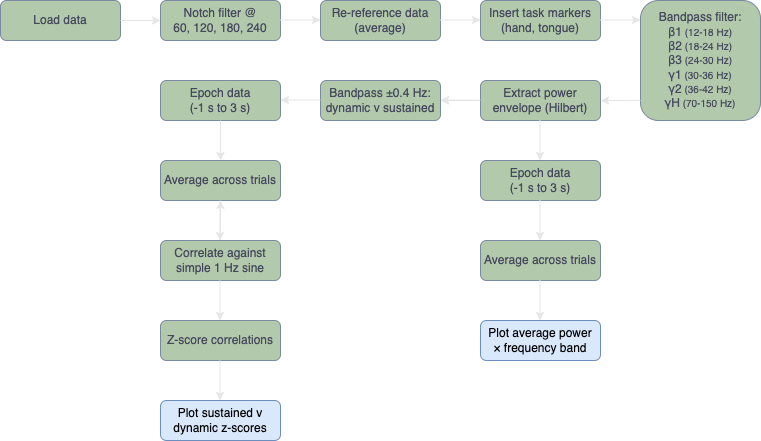
Above: analysis_steps.png in jessb0t/motorImagery (draw.io), before the change. Source tidied: cells renumbered, new cells last; positions are measured from the earlier drawing's top-left corner, leaving out a move shared by most shapes.
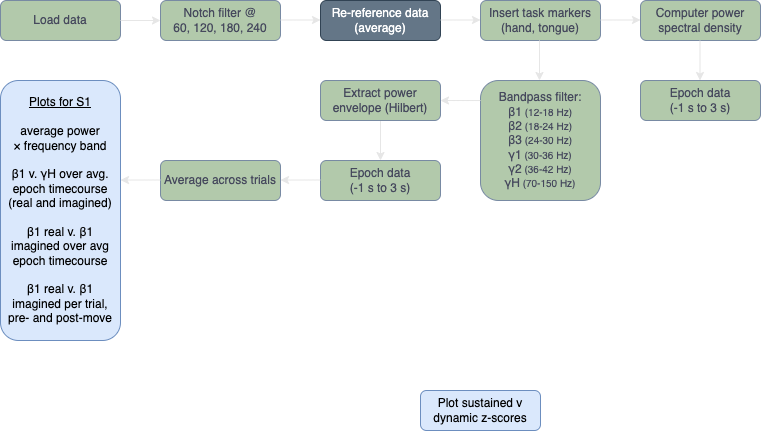
After the change.

Change to the diagram source:
```diff
@@ -8,51 +8,39 @@
     <mxCell id="3" value="Notch filter @&lt;br&gt;60, 120, 180, 240" style="rounded=1;whiteSpace=wrap;html=1;fontSize=12;glass=0;strokeWidth=1;shadow=0;fillColor=#B2C9AB;strokeColor=#788AA3;fontColor=#46495D;" parent="1" vertex="1">
       <mxGeometry x="160" width="120" height="40" as="geometry" />
     </mxCell>
-    <mxCell id="4" value="Re-reference data (average)" style="rounded=1;whiteSpace=wrap;html=1;fontSize=12;glass=0;strokeWidth=1;shadow=0;fillColor=#B2C9AB;strokeColor=#788AA3;fontColor=#46495D;" parent="1" vertex="1">
+    <mxCell id="4" value="Re-reference data (average)" style="rounded=1;whiteSpace=wrap;html=1;fontSize=12;glass=0;strokeWidth=1;shadow=0;fillColor=#647687;strokeColor=#314354;fontColor=#ffffff;" parent="1" vertex="1">
       <mxGeometry x="320" width="120" height="40" as="geometry" />
     </mxCell>
     <mxCell id="5" value="Insert task markers&lt;br&gt;(hand, tongue)" style="rounded=1;whiteSpace=wrap;html=1;fontSize=12;glass=0;strokeWidth=1;shadow=0;fillColor=#B2C9AB;strokeColor=#788AA3;fontColor=#46495D;" parent="1" vertex="1">
       <mxGeometry x="480" width="120" height="40" as="geometry" />
     </mxCell>
     <mxCell id="6" value="Bandpass filter:&lt;br&gt;β1&lt;font style=&quot;font-size: 10px&quot;&gt; (12-18 Hz)&lt;/font&gt;&lt;br&gt;β2&lt;font style=&quot;font-size: 10px&quot;&gt; (18-24 Hz)&lt;/font&gt;&lt;br&gt;β3&lt;font style=&quot;font-size: 10px&quot;&gt; (24-30 Hz)&lt;/font&gt;&lt;br&gt;γ1&lt;font style=&quot;font-size: 10px&quot;&gt; (30-36 Hz)&lt;/font&gt;&lt;br&gt;γ2&lt;font style=&quot;font-size: 10px&quot;&gt; (36-42 Hz)&lt;/font&gt;&lt;br&gt;γH&lt;font style=&quot;font-size: 10px&quot;&gt; (70-150 Hz)&lt;/font&gt;" style="rounded=1;whiteSpace=wrap;html=1;fontSize=12;glass=0;strokeWidth=1;shadow=0;fillColor=#B2C9AB;strokeColor=#788AA3;fontColor=#46495D;" parent="1" vertex="1">
-      <mxGeometry x="640" width="120" height="120" as="geometry" />
+      <mxGeometry x="480" y="80" width="120" height="120" as="geometry" />
     </mxCell>
     <mxCell id="7" style="edgeStyle=orthogonalEdgeStyle;curved=0;rounded=1;sketch=0;jettySize=auto;html=1;fontColor=#46495D;strokeColor=#E6E6E6;fillColor=#B2C9AB;" parent="1" edge="1" source="8" target="9">
       <mxGeometry relative="1" as="geometry" />
     </mxCell>
     <mxCell id="8" value="Extract power envelope (Hilbert)" style="rounded=1;whiteSpace=wrap;html=1;fontSize=12;glass=0;strokeWidth=1;shadow=0;fillColor=#B2C9AB;strokeColor=#788AA3;fontColor=#46495D;" parent="1" vertex="1">
-      <mxGeometry x="480" y="80" width="120" height="40" as="geometry" />
+      <mxGeometry x="320" y="80" width="120" height="40" as="geometry" />
     </mxCell>
-    <mxCell id="9" value="Bandpass ±0.4 Hz:&lt;br&gt;dynamic v sustained" style="rounded=1;whiteSpace=wrap;html=1;fontSize=12;glass=0;strokeWidth=1;shadow=0;fillColor=#B2C9AB;strokeColor=#788AA3;fontColor=#46495D;" parent="1" vertex="1">
-      <mxGeometry x="320" y="80" width="120" height="40" as="geometry" />
+    <mxCell id="9" value="Epoch data&lt;br&gt;(-1 s to 3 s)" style="rounded=1;whiteSpace=wrap;html=1;fontSize=12;glass=0;strokeWidth=1;shadow=0;fillColor=#B2C9AB;strokeColor=#788AA3;fontColor=#46495D;" parent="1" vertex="1">
+      <mxGeometry x="320" y="160" width="120" height="40" as="geometry" />
     </mxCell>
-    <mxCell id="10" value="Epoch data&lt;br&gt;(-1 s to 3 s)" style="rounded=1;whiteSpace=wrap;html=1;fontSize=12;glass=0;strokeWidth=1;shadow=0;fillColor=#B2C9AB;strokeColor=#788AA3;fontColor=#46495D;" parent="1" vertex="1">
-      <mxGeometry x="160" y="80" width="120" height="40" as="geometry" />
+    <mxCell id="10" value="Average across trials" style="rounded=1;whiteSpace=wrap;html=1;fontSize=12;glass=0;strokeWidth=1;shadow=0;fillColor=#B2C9AB;strokeColor=#788AA3;fontColor=#46495D;" parent="1" vertex="1">
+      <mxGeometry x="160" y="160" width="120" height="40" as="geometry" />
     </mxCell>
-    <mxCell id="11" value="Plot average power&lt;br&gt;×&amp;nbsp;frequency band" style="rounded=1;whiteSpace=wrap;html=1;fontSize=12;glass=0;strokeWidth=1;shadow=0;fillColor=#dae8fc;strokeColor=#6c8ebf;" parent="1" vertex="1">
-      <mxGeometry x="480" y="320" width="120" height="40" as="geometry" />
+    <mxCell id="11" value="&lt;u&gt;Plots for S1&lt;/u&gt;&lt;br&gt;&lt;br&gt;&lt;span style=&quot;text-align: left&quot;&gt;average power ×&amp;nbsp;frequency band&lt;/span&gt;&lt;br&gt;&lt;span style=&quot;text-align: left&quot;&gt;&lt;br&gt;β1 v.&amp;nbsp;γH over avg. epoch timecourse (real and imagined)&lt;br&gt;&lt;br&gt;&lt;/span&gt;&lt;span style=&quot;text-align: left&quot;&gt;β1 real v.&amp;nbsp;&lt;/span&gt;&lt;span style=&quot;text-align: left&quot;&gt;β1 imagined over avg epoch timecourse&lt;br&gt;&lt;/span&gt;&lt;span style=&quot;text-align: left&quot;&gt;&lt;br&gt;&lt;/span&gt;&lt;span style=&quot;text-align: left&quot;&gt;β1 real v.&amp;nbsp;&lt;/span&gt;&lt;span style=&quot;text-align: left&quot;&gt;β1 imagined per trial, pre- and post-move&lt;/span&gt;&lt;span style=&quot;text-align: left&quot;&gt;&lt;br&gt;&lt;/span&gt;" style="rounded=1;whiteSpace=wrap;html=1;fontSize=12;glass=0;strokeWidth=1;shadow=0;fillColor=#dae8fc;strokeColor=#6c8ebf;" parent="1" vertex="1">
+      <mxGeometry y="80" width="120" height="260" as="geometry" />
     </mxCell>
     <mxCell id="12" value="Epoch data&lt;br&gt;(-1 s to 3 s)" style="rounded=1;whiteSpace=wrap;html=1;fontSize=12;glass=0;strokeWidth=1;shadow=0;fillColor=#B2C9AB;strokeColor=#788AA3;fontColor=#46495D;" parent="1" vertex="1">
-      <mxGeometry x="480" y="160" width="120" height="40" as="geometry" />
+      <mxGeometry x="640" y="80" width="120" height="40" as="geometry" />
     </mxCell>
-    <mxCell id="13" value="Average across trials" style="rounded=1;whiteSpace=wrap;html=1;fontSize=12;glass=0;strokeWidth=1;shadow=0;fillColor=#B2C9AB;strokeColor=#788AA3;fontColor=#46495D;" parent="1" vertex="1">
-      <mxGeometry x="480" y="240" width="120" height="40" as="geometry" />
+    <mxCell id="13" value="Computer power spectral density" style="rounded=1;whiteSpace=wrap;html=1;fontSize=12;glass=0;strokeWidth=1;shadow=0;fillColor=#B2C9AB;strokeColor=#788AA3;fontColor=#46495D;" parent="1" vertex="1">
+      <mxGeometry x="640" width="120" height="40" as="geometry" />
     </mxCell>
     <mxCell id="14" value="Plot sustained v dynamic z-scores" style="rounded=1;whiteSpace=wrap;html=1;fontSize=12;glass=0;strokeWidth=1;shadow=0;fillColor=#dae8fc;strokeColor=#6c8ebf;" parent="1" vertex="1">
-      <mxGeometry x="160" y="400" width="120" height="40" as="geometry" />
+      <mxGeometry x="420" y="390" width="120" height="40" as="geometry" />
     </mxCell>
-    <mxCell id="15" style="edgeStyle=orthogonalEdgeStyle;curved=0;rounded=1;sketch=0;jettySize=auto;html=1;fontColor=#46495D;strokeColor=#E6E6E6;fillColor=#B2C9AB;" parent="1" edge="1" source="16" target="18">
-      <mxGeometry relative="1" as="geometry" />
-    </mxCell>
-    <mxCell id="16" value="Correlate against simple 1 Hz sine" style="rounded=1;whiteSpace=wrap;html=1;fontSize=12;glass=0;strokeWidth=1;shadow=0;fillColor=#B2C9AB;strokeColor=#788AA3;fontColor=#46495D;" parent="1" vertex="1">
-      <mxGeometry x="160" y="240" width="120" height="40" as="geometry" />
-    </mxCell>
-    <mxCell id="17" value="Z-score correlations" style="rounded=1;whiteSpace=wrap;html=1;fontSize=12;glass=0;strokeWidth=1;shadow=0;fillColor=#B2C9AB;strokeColor=#788AA3;fontColor=#46495D;" parent="1" vertex="1">
-      <mxGeometry x="160" y="320" width="120" height="40" as="geometry" />
-    </mxCell>
-    <mxCell id="18" value="Average across trials" style="rounded=1;whiteSpace=wrap;html=1;fontSize=12;glass=0;strokeWidth=1;shadow=0;fillColor=#B2C9AB;strokeColor=#788AA3;fontColor=#46495D;" parent="1" vertex="1">
-      <mxGeometry x="160" y="160" width="120" height="40" as="geometry" />
-    </mxCell>
     <mxCell id="19" style="endArrow=classic;html=1;fontColor=#46495D;strokeColor=#E6E6E6;fillColor=#B2C9AB;exitX=1;exitY=0.5;exitDx=0;exitDy=0;entryX=0;entryY=0.5;entryDx=0;entryDy=0;" parent="1" edge="1" source="2" target="3">
       <mxGeometry relative="1" as="geometry" />
     </mxCell>
@@ -74,59 +62,32 @@
         <mxPoint x="640" y="19.5" as="targetPoint" />
       </mxGeometry>
     </mxCell>
-    <mxCell id="23" style="endArrow=classic;html=1;fontColor=#46495D;strokeColor=#E6E6E6;fillColor=#B2C9AB;exitX=0;exitY=0.833;exitDx=0;exitDy=0;entryX=1;entryY=0.5;entryDx=0;entryDy=0;exitPerimeter=0;" parent="1" edge="1" source="6" target="8">
+    <mxCell id="23" style="endArrow=classic;html=1;fontColor=#46495D;strokeColor=#E6E6E6;fillColor=#B2C9AB;exitX=0;exitY=0.167;exitDx=0;exitDy=0;entryX=1;entryY=0.5;entryDx=0;entryDy=0;exitPerimeter=0;" parent="1" edge="1" source="6" target="8">
       <mxGeometry relative="1" as="geometry" />
     </mxCell>
-    <mxCell id="24" style="endArrow=classic;html=1;fontColor=#46495D;strokeColor=#E6E6E6;fillColor=#B2C9AB;exitX=0;exitY=0.833;exitDx=0;exitDy=0;entryX=1;entryY=0.5;entryDx=0;entryDy=0;exitPerimeter=0;" parent="1" edge="1">
-      <mxGeometry relative="1" as="geometry">
-        <mxPoint x="480" y="99.5" as="sourcePoint" />
-        <mxPoint x="440" y="99.5" as="targetPoint" />
-      </mxGeometry>
-    </mxCell>
     <mxCell id="25" style="endArrow=classic;html=1;fontColor=#46495D;strokeColor=#E6E6E6;fillColor=#B2C9AB;exitX=0;exitY=0.833;exitDx=0;exitDy=0;entryX=1;entryY=0.5;entryDx=0;entryDy=0;exitPerimeter=0;" parent="1" edge="1">
       <mxGeometry relative="1" as="geometry">
-        <mxPoint x="320" y="99.5" as="sourcePoint" />
-        <mxPoint x="280" y="99.5" as="targetPoint" />
+        <mxPoint x="320" y="179.5" as="sourcePoint" />
+        <mxPoint x="280" y="179.5" as="targetPoint" />
       </mxGeometry>
     </mxCell>
-    <mxCell id="26" style="endArrow=classic;html=1;fontColor=#46495D;strokeColor=#E6E6E6;fillColor=#B2C9AB;entryX=0.5;entryY=0;entryDx=0;entryDy=0;exitX=0.5;exitY=1;exitDx=0;exitDy=0;" parent="1" edge="1" source="10" target="18">
-      <mxGeometry relative="1" as="geometry" />
-    </mxCell>
-    <mxCell id="27" style="endArrow=classic;html=1;fontColor=#46495D;strokeColor=#E6E6E6;fillColor=#B2C9AB;entryX=0.5;entryY=0;entryDx=0;entryDy=0;exitX=0.5;exitY=1;exitDx=0;exitDy=0;" parent="1" edge="1">
-      <mxGeometry relative="1" as="geometry">
-        <mxPoint x="219.5" y="200" as="sourcePoint" />
-        <mxPoint x="219.5" y="240" as="targetPoint" />
-      </mxGeometry>
-    </mxCell>
-    <mxCell id="28" style="endArrow=classic;html=1;fontColor=#46495D;strokeColor=#E6E6E6;fillColor=#B2C9AB;entryX=0.5;entryY=0;entryDx=0;entryDy=0;exitX=0.5;exitY=1;exitDx=0;exitDy=0;" parent="1" edge="1">
-      <mxGeometry relative="1" as="geometry">
-        <mxPoint x="219.5" y="280" as="sourcePoint" />
-        <mxPoint x="219.5" y="320" as="targetPoint" />
-      </mxGeometry>
-    </mxCell>
-    <mxCell id="29" style="endArrow=classic;html=1;fontColor=#46495D;strokeColor=#E6E6E6;fillColor=#B2C9AB;entryX=0.5;entryY=0;entryDx=0;entryDy=0;exitX=0.5;exitY=1;exitDx=0;exitDy=0;" parent="1" edge="1">
-      <mxGeometry relative="1" as="geometry">
-        <mxPoint x="219.5" y="360" as="sourcePoint" />
-        <mxPoint x="219.5" y="400" as="targetPoint" />
-      </mxGeometry>
-    </mxCell>
-    <mxCell id="30" style="endArrow=classic;html=1;fontColor=#46495D;strokeColor=#E6E6E6;fillColor=#B2C9AB;entryX=0.5;entryY=0;entryDx=0;entryDy=0;exitX=0.5;exitY=1;exitDx=0;exitDy=0;" parent="1" edge="1">
-      <mxGeometry relative="1" as="geometry">
-        <mxPoint x="539.5" y="120" as="sourcePoint" />
-        <mxPoint x="539.5" y="160" as="targetPoint" />
-      </mxGeometry>
-    </mxCell>
-    <mxCell id="31" style="endArrow=classic;html=1;fontColor=#46495D;strokeColor=#E6E6E6;fillColor=#B2C9AB;entryX=0.5;entryY=0;entryDx=0;entryDy=0;exitX=0.5;exitY=1;exitDx=0;exitDy=0;" parent="1" edge="1">
-      <mxGeometry relative="1" as="geometry">
-        <mxPoint x="539.5" y="200" as="sourcePoint" />
-        <mxPoint x="539.5" y="240" as="targetPoint" />
-      </mxGeometry>
-    </mxCell>
     <mxCell id="32" style="endArrow=classic;html=1;fontColor=#46495D;strokeColor=#E6E6E6;fillColor=#B2C9AB;entryX=0.5;entryY=0;entryDx=0;entryDy=0;exitX=0.5;exitY=1;exitDx=0;exitDy=0;" parent="1" edge="1">
       <mxGeometry relative="1" as="geometry">
-        <mxPoint x="539.5" y="280" as="sourcePoint" />
-        <mxPoint x="539.5" y="320" as="targetPoint" />
+        <mxPoint x="539" y="40" as="sourcePoint" />
+        <mxPoint x="539" y="80" as="targetPoint" />
       </mxGeometry>
     </mxCell>
+    <mxCell id="33" style="endArrow=classic;html=1;fontColor=#46495D;strokeColor=#E6E6E6;fillColor=#B2C9AB;exitX=0;exitY=0.833;exitDx=0;exitDy=0;entryX=1;entryY=0.5;entryDx=0;entryDy=0;exitPerimeter=0;" parent="1" edge="1">
+      <mxGeometry relative="1" as="geometry">
+        <mxPoint x="160" y="179.5" as="sourcePoint" />
+        <mxPoint x="120" y="179.5" as="targetPoint" />
+      </mxGeometry>
+    </mxCell>
+    <mxCell id="34" style="endArrow=classic;html=1;fontColor=#46495D;strokeColor=#E6E6E6;fillColor=#B2C9AB;entryX=0.5;entryY=0;entryDx=0;entryDy=0;exitX=0.5;exitY=1;exitDx=0;exitDy=0;" parent="1" edge="1">
+      <mxGeometry relative="1" as="geometry">
+        <mxPoint x="699.5" y="40" as="sourcePoint" />
+        <mxPoint x="699.5" y="80" as="targetPoint" />
+      </mxGeometry>
+    </mxCell>
   </root>
 </mxGraphModel>
```
